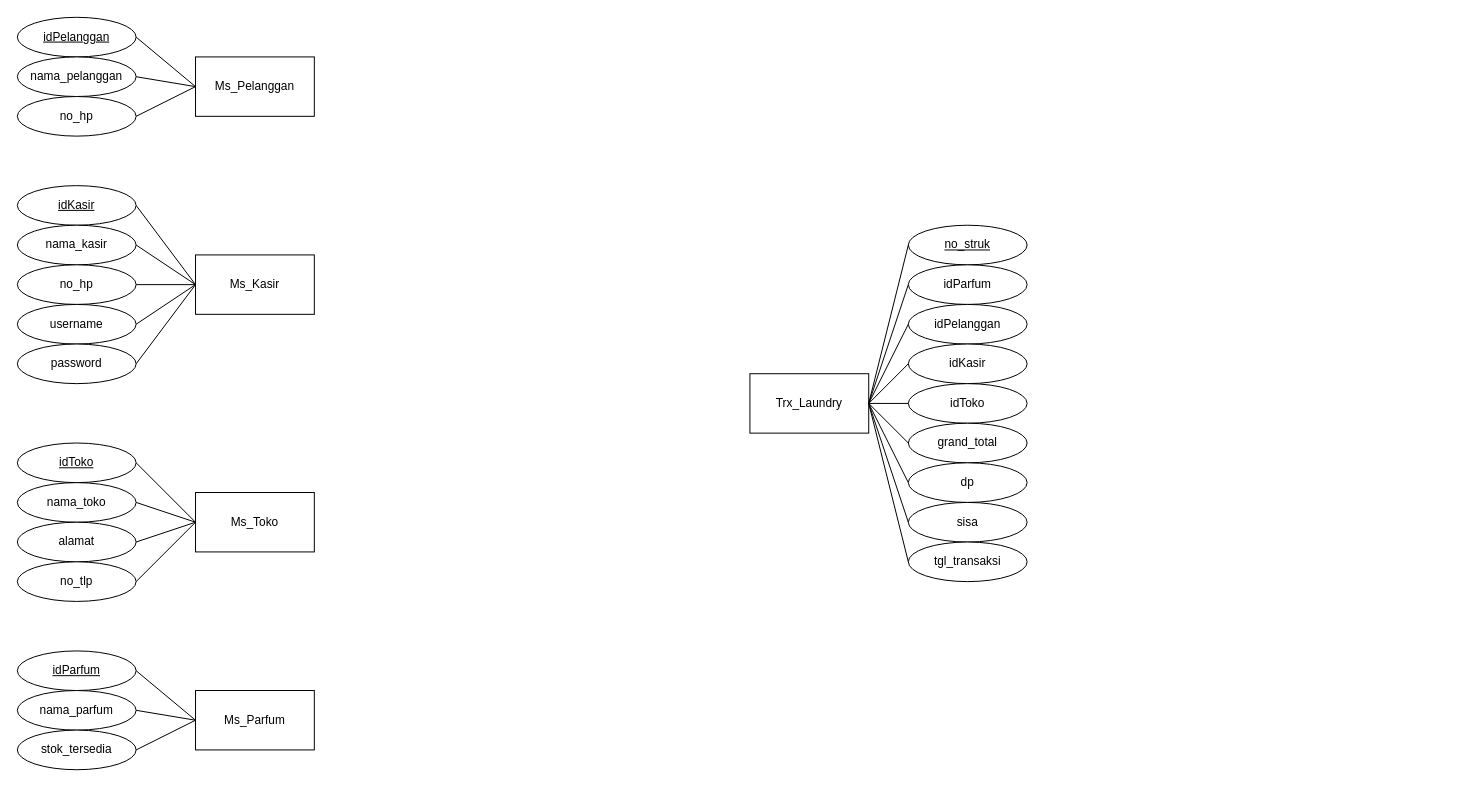
This is ERD-BestLaundry.drawio from xnoname2003/flowchart, a draw.io file, before an edit. Source tidied: cells renumbered, new cells numbered last; positions are measured from the earlier drawing's top-left corner, leaving out a move shared by most shapes. Both pictures are drawn from the tidied source at 99%, with x=0, y=0 at pixel (17, 17).
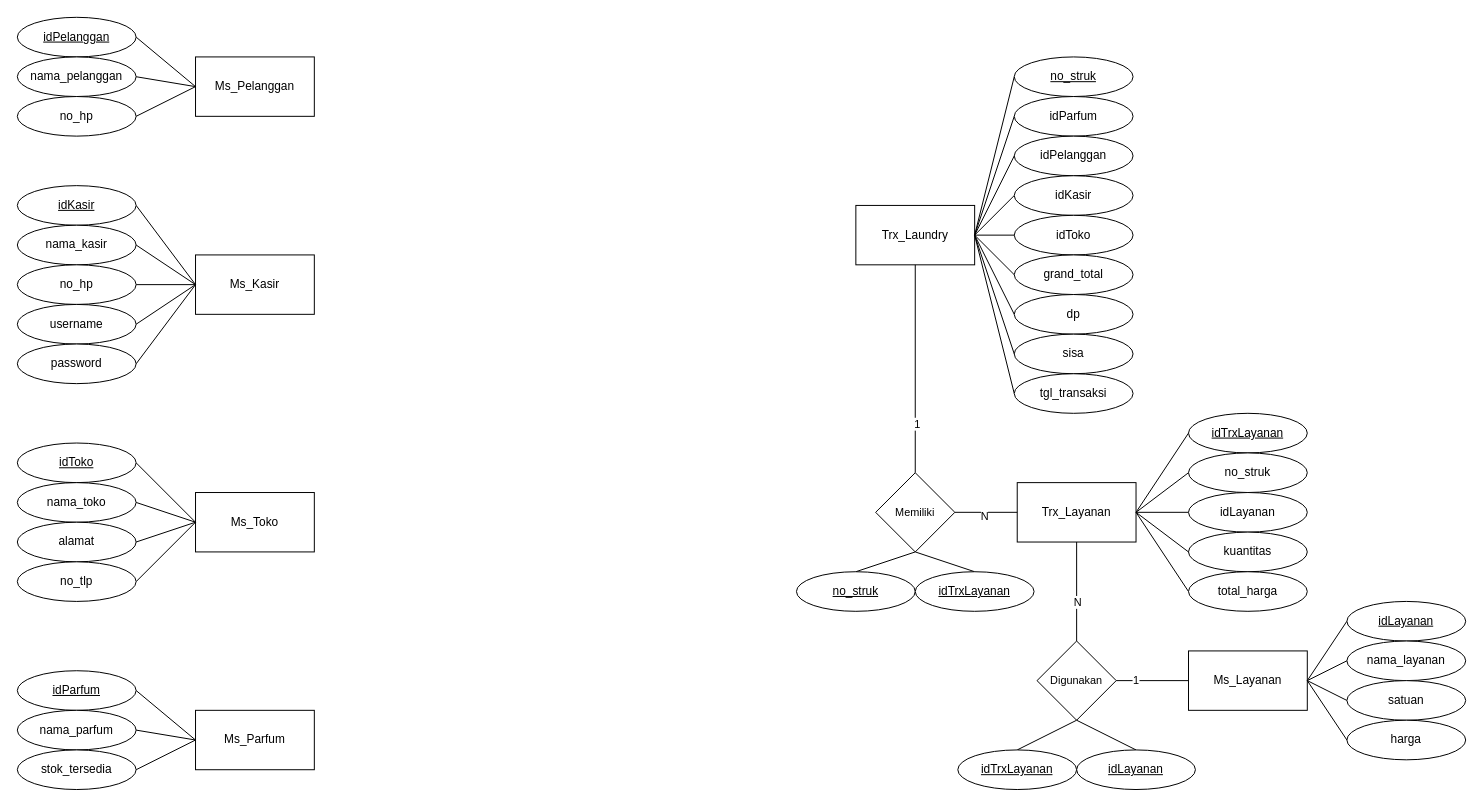
The same diagram, later.

Change to the diagram source:
```diff
@@
     <mxCell id="29" value="Ms_Parfum" style="rounded=0;whiteSpace=wrap;html=1;" parent="1" vertex="1">
-      <mxGeometry x="180" y="680" width="120" height="60" as="geometry" />
+      <mxGeometry x="180" y="700" width="120" height="60" as="geometry" />
     </mxCell>
@@
     <mxCell id="31" value="&lt;u&gt;idParfum&lt;/u&gt;" style="ellipse;whiteSpace=wrap;html=1;" parent="1" vertex="1">
-      <mxGeometry y="640" width="120" height="40" as="geometry" />
+      <mxGeometry y="660" width="120" height="40" as="geometry" />
     </mxCell>
@@
     <mxCell id="33" value="nama_parfum" style="ellipse;whiteSpace=wrap;html=1;" parent="1" vertex="1">
-      <mxGeometry y="680" width="120" height="40" as="geometry" />
+      <mxGeometry y="700" width="120" height="40" as="geometry" />
     </mxCell>
@@
     <mxCell id="35" value="stok_tersedia" style="ellipse;whiteSpace=wrap;html=1;" parent="1" vertex="1">
-      <mxGeometry y="720" width="120" height="40" as="geometry" />
+      <mxGeometry y="740" width="120" height="40" as="geometry" />
     </mxCell>
     <mxCell id="36" value="Trx_Laundry" style="rounded=0;whiteSpace=wrap;html=1;" parent="1" vertex="1">
-      <mxGeometry x="740" y="360" width="120" height="60" as="geometry" />
+      <mxGeometry x="847" y="190" width="120" height="60" as="geometry" />
     </mxCell>
@@
     <mxCell id="38" value="&lt;u&gt;no_struk&lt;/u&gt;" style="ellipse;whiteSpace=wrap;html=1;" parent="1" vertex="1">
-      <mxGeometry x="900" y="210" width="120" height="40" as="geometry" />
+      <mxGeometry x="1007" y="40" width="120" height="40" as="geometry" />
     </mxCell>
     <mxCell id="39" style="edgeStyle=none;shape=connector;rounded=0;jettySize=auto;html=1;exitX=0;exitY=0.5;exitDx=0;exitDy=0;strokeColor=default;align=center;verticalAlign=middle;fontFamily=Helvetica;fontSize=11;fontColor=default;labelBackgroundColor=default;endArrow=none;endFill=0;" parent="1" edge="1" source="40">
       <mxGeometry relative="1" as="geometry">
-        <mxPoint x="860" y="390" as="targetPoint" />
+        <mxPoint x="967" y="220" as="targetPoint" />
       </mxGeometry>
     </mxCell>
     <mxCell id="40" value="idParfum" style="ellipse;whiteSpace=wrap;html=1;" parent="1" vertex="1">
-      <mxGeometry x="900" y="250" width="120" height="40" as="geometry" />
+      <mxGeometry x="1007" y="80" width="120" height="40" as="geometry" />
     </mxCell>
     <mxCell id="41" style="edgeStyle=none;shape=connector;rounded=0;jettySize=auto;html=1;exitX=0;exitY=0.5;exitDx=0;exitDy=0;strokeColor=default;align=center;verticalAlign=middle;fontFamily=Helvetica;fontSize=11;fontColor=default;labelBackgroundColor=default;endArrow=none;endFill=0;" parent="1" edge="1" source="42">
       <mxGeometry relative="1" as="geometry">
-        <mxPoint x="860" y="390" as="targetPoint" />
+        <mxPoint x="967" y="220" as="targetPoint" />
       </mxGeometry>
     </mxCell>
     <mxCell id="42" value="idPelanggan" style="ellipse;whiteSpace=wrap;html=1;" parent="1" vertex="1">
-      <mxGeometry x="900" y="290" width="120" height="40" as="geometry" />
+      <mxGeometry x="1007" y="120" width="120" height="40" as="geometry" />
     </mxCell>
     <mxCell id="43" style="edgeStyle=none;shape=connector;rounded=0;jettySize=auto;html=1;exitX=0;exitY=0.5;exitDx=0;exitDy=0;strokeColor=default;align=center;verticalAlign=middle;fontFamily=Helvetica;fontSize=11;fontColor=default;labelBackgroundColor=default;endArrow=none;endFill=0;" parent="1" edge="1" source="44">
       <mxGeometry relative="1" as="geometry">
-        <mxPoint x="860" y="390" as="targetPoint" />
+        <mxPoint x="967" y="220" as="targetPoint" />
       </mxGeometry>
     </mxCell>
     <mxCell id="44" value="idKasir" style="ellipse;whiteSpace=wrap;html=1;" parent="1" vertex="1">
-      <mxGeometry x="900" y="330" width="120" height="40" as="geometry" />
+      <mxGeometry x="1007" y="160" width="120" height="40" as="geometry" />
     </mxCell>
@@
     <mxCell id="46" value="idToko" style="ellipse;whiteSpace=wrap;html=1;" parent="1" vertex="1">
-      <mxGeometry x="900" y="370" width="120" height="40" as="geometry" />
+      <mxGeometry x="1007" y="200" width="120" height="40" as="geometry" />
     </mxCell>
@@
     <mxCell id="48" value="grand_total" style="ellipse;whiteSpace=wrap;html=1;" parent="1" vertex="1">
-      <mxGeometry x="900" y="410" width="120" height="40" as="geometry" />
+      <mxGeometry x="1007" y="240" width="120" height="40" as="geometry" />
     </mxCell>
     <mxCell id="49" style="edgeStyle=none;shape=connector;rounded=0;jettySize=auto;html=1;exitX=0;exitY=0.5;exitDx=0;exitDy=0;strokeColor=default;align=center;verticalAlign=middle;fontFamily=Helvetica;fontSize=11;fontColor=default;labelBackgroundColor=default;endArrow=none;endFill=0;" parent="1" edge="1" source="50">
       <mxGeometry relative="1" as="geometry">
-        <mxPoint x="860" y="390" as="targetPoint" />
+        <mxPoint x="967" y="220" as="targetPoint" />
       </mxGeometry>
     </mxCell>
     <mxCell id="50" value="dp" style="ellipse;whiteSpace=wrap;html=1;" parent="1" vertex="1">
-      <mxGeometry x="900" y="450" width="120" height="40" as="geometry" />
+      <mxGeometry x="1007" y="280" width="120" height="40" as="geometry" />
     </mxCell>
@@
     <mxCell id="52" value="sisa" style="ellipse;whiteSpace=wrap;html=1;" parent="1" vertex="1">
-      <mxGeometry x="900" y="490" width="120" height="40" as="geometry" />
+      <mxGeometry x="1007" y="320" width="120" height="40" as="geometry" />
     </mxCell>
@@
     <mxCell id="54" value="tgl_transaksi" style="ellipse;whiteSpace=wrap;html=1;" parent="1" vertex="1">
-      <mxGeometry x="900" y="530" width="120" height="40" as="geometry" />
+      <mxGeometry x="1007" y="360" width="120" height="40" as="geometry" />
     </mxCell>
+    <mxCell id="55" value="Trx_Layanan" style="rounded=0;whiteSpace=wrap;html=1;" parent="1" vertex="1">
+      <mxGeometry x="1010" y="470" width="120" height="60" as="geometry" />
+    </mxCell>
+    <mxCell id="56" style="edgeStyle=none;shape=connector;rounded=0;jettySize=auto;html=1;exitX=0;exitY=0.5;exitDx=0;exitDy=0;entryX=1;entryY=0.5;entryDx=0;entryDy=0;strokeColor=default;align=center;verticalAlign=middle;fontFamily=Helvetica;fontSize=11;fontColor=default;labelBackgroundColor=default;endArrow=none;endFill=0;" parent="1" edge="1" source="57" target="55">
+      <mxGeometry relative="1" as="geometry" />
+    </mxCell>
+    <mxCell id="57" value="&lt;u&gt;idTrxLayanan&lt;/u&gt;" style="ellipse;whiteSpace=wrap;html=1;" parent="1" vertex="1">
+      <mxGeometry x="1183" y="400" width="120" height="40" as="geometry" />
+    </mxCell>
+    <mxCell id="58" style="edgeStyle=none;shape=connector;rounded=0;jettySize=auto;html=1;exitX=0;exitY=0.5;exitDx=0;exitDy=0;strokeColor=default;align=center;verticalAlign=middle;fontFamily=Helvetica;fontSize=11;fontColor=default;labelBackgroundColor=default;endArrow=none;endFill=0;entryX=1;entryY=0.5;entryDx=0;entryDy=0;" parent="1" edge="1" source="59" target="55">
+      <mxGeometry relative="1" as="geometry" />
+    </mxCell>
+    <mxCell id="59" value="no_struk" style="ellipse;whiteSpace=wrap;html=1;" parent="1" vertex="1">
+      <mxGeometry x="1183" y="440" width="120" height="40" as="geometry" />
+    </mxCell>
+    <mxCell id="60" style="edgeStyle=none;shape=connector;rounded=0;jettySize=auto;html=1;exitX=0;exitY=0.5;exitDx=0;exitDy=0;entryX=1;entryY=0.5;entryDx=0;entryDy=0;strokeColor=default;align=center;verticalAlign=middle;fontFamily=Helvetica;fontSize=11;fontColor=default;labelBackgroundColor=default;endArrow=none;endFill=0;" parent="1" edge="1" source="61" target="55">
+      <mxGeometry relative="1" as="geometry" />
+    </mxCell>
+    <mxCell id="61" value="idLayanan" style="ellipse;whiteSpace=wrap;html=1;" parent="1" vertex="1">
+      <mxGeometry x="1183" y="480" width="120" height="40" as="geometry" />
+    </mxCell>
+    <mxCell id="62" style="edgeStyle=none;shape=connector;rounded=0;jettySize=auto;html=1;exitX=0;exitY=0.5;exitDx=0;exitDy=0;entryX=1;entryY=0.5;entryDx=0;entryDy=0;strokeColor=default;align=center;verticalAlign=middle;fontFamily=Helvetica;fontSize=11;fontColor=default;labelBackgroundColor=default;endArrow=none;endFill=0;" parent="1" edge="1" source="63" target="55">
+      <mxGeometry relative="1" as="geometry" />
+    </mxCell>
+    <mxCell id="63" value="kuantitas" style="ellipse;whiteSpace=wrap;html=1;" parent="1" vertex="1">
+      <mxGeometry x="1183" y="520" width="120" height="40" as="geometry" />
+    </mxCell>
+    <mxCell id="64" style="edgeStyle=none;shape=connector;rounded=0;jettySize=auto;html=1;exitX=0;exitY=0.5;exitDx=0;exitDy=0;entryX=1;entryY=0.5;entryDx=0;entryDy=0;strokeColor=default;align=center;verticalAlign=middle;fontFamily=Helvetica;fontSize=11;fontColor=default;labelBackgroundColor=default;endArrow=none;endFill=0;" parent="1" edge="1" source="65" target="55">
+      <mxGeometry relative="1" as="geometry" />
+    </mxCell>
+    <mxCell id="65" value="total_harga" style="ellipse;whiteSpace=wrap;html=1;" parent="1" vertex="1">
+      <mxGeometry x="1183" y="560" width="120" height="40" as="geometry" />
+    </mxCell>
+    <mxCell id="66" style="edgeStyle=none;shape=connector;rounded=0;jettySize=auto;html=1;strokeColor=default;align=center;verticalAlign=middle;fontFamily=Helvetica;fontSize=11;fontColor=default;labelBackgroundColor=default;endArrow=none;endFill=0;" parent="1" edge="1" source="68" target="79">
+      <mxGeometry relative="1" as="geometry" />
+    </mxCell>
+    <mxCell id="67" value="1" style="edgeLabel;html=1;align=center;verticalAlign=middle;fontFamily=Helvetica;fontSize=11;fontColor=default;labelBackgroundColor=default;" parent="66" vertex="1">
+      <mxGeometry x="0.49" y="-1" relative="1" as="geometry" />
+    </mxCell>
+    <mxCell id="68" value="Ms_Layanan" style="rounded=0;whiteSpace=wrap;html=1;" parent="1" vertex="1">
+      <mxGeometry x="1183" y="640" width="120" height="60" as="geometry" />
+    </mxCell>
+    <mxCell id="69" style="edgeStyle=none;shape=connector;rounded=0;jettySize=auto;html=1;exitX=0;exitY=0.5;exitDx=0;exitDy=0;entryX=1;entryY=0.5;entryDx=0;entryDy=0;strokeColor=default;align=center;verticalAlign=middle;fontFamily=Helvetica;fontSize=11;fontColor=default;labelBackgroundColor=default;endArrow=none;endFill=0;" parent="1" edge="1" source="70" target="68">
+      <mxGeometry relative="1" as="geometry" />
+    </mxCell>
+    <mxCell id="70" value="&lt;u&gt;idLayanan&lt;/u&gt;" style="ellipse;whiteSpace=wrap;html=1;" parent="1" vertex="1">
+      <mxGeometry x="1343" y="590" width="120" height="40" as="geometry" />
+    </mxCell>
+    <mxCell id="71" style="edgeStyle=none;shape=connector;rounded=0;jettySize=auto;html=1;exitX=0;exitY=0.5;exitDx=0;exitDy=0;entryX=1;entryY=0.5;entryDx=0;entryDy=0;strokeColor=default;align=center;verticalAlign=middle;fontFamily=Helvetica;fontSize=11;fontColor=default;labelBackgroundColor=default;endArrow=none;endFill=0;" parent="1" edge="1" source="72" target="68">
+      <mxGeometry relative="1" as="geometry" />
+    </mxCell>
+    <mxCell id="72" value="nama_layanan" style="ellipse;whiteSpace=wrap;html=1;" parent="1" vertex="1">
+      <mxGeometry x="1343" y="630" width="120" height="40" as="geometry" />
+    </mxCell>
+    <mxCell id="73" style="edgeStyle=none;shape=connector;rounded=0;jettySize=auto;html=1;exitX=0;exitY=0.5;exitDx=0;exitDy=0;entryX=1;entryY=0.5;entryDx=0;entryDy=0;strokeColor=default;align=center;verticalAlign=middle;fontFamily=Helvetica;fontSize=11;fontColor=default;labelBackgroundColor=default;endArrow=none;endFill=0;" parent="1" edge="1" source="74" target="68">
+      <mxGeometry relative="1" as="geometry" />
+    </mxCell>
+    <mxCell id="74" value="satuan" style="ellipse;whiteSpace=wrap;html=1;" parent="1" vertex="1">
+      <mxGeometry x="1343" y="670" width="120" height="40" as="geometry" />
+    </mxCell>
+    <mxCell id="75" style="edgeStyle=none;shape=connector;rounded=0;jettySize=auto;html=1;exitX=0;exitY=0.5;exitDx=0;exitDy=0;entryX=1;entryY=0.5;entryDx=0;entryDy=0;strokeColor=default;align=center;verticalAlign=middle;fontFamily=Helvetica;fontSize=11;fontColor=default;labelBackgroundColor=default;endArrow=none;endFill=0;" parent="1" edge="1" source="76" target="68">
+      <mxGeometry relative="1" as="geometry" />
+    </mxCell>
+    <mxCell id="76" value="harga" style="ellipse;whiteSpace=wrap;html=1;" parent="1" vertex="1">
+      <mxGeometry x="1343" y="710" width="120" height="40" as="geometry" />
+    </mxCell>
+    <mxCell id="77" style="edgeStyle=none;shape=connector;rounded=0;jettySize=auto;html=1;strokeColor=default;align=center;verticalAlign=middle;fontFamily=Helvetica;fontSize=11;fontColor=default;labelBackgroundColor=default;endArrow=none;endFill=0;" parent="1" edge="1" source="79" target="55">
+      <mxGeometry relative="1" as="geometry" />
+    </mxCell>
+    <mxCell id="78" value="N" style="edgeLabel;html=1;align=center;verticalAlign=middle;fontFamily=Helvetica;fontSize=11;fontColor=default;labelBackgroundColor=default;" parent="77" vertex="1">
+      <mxGeometry x="-0.21" relative="1" as="geometry" />
+    </mxCell>
+    <mxCell id="79" value="Digunakan" style="rhombus;whiteSpace=wrap;html=1;fontFamily=Helvetica;fontSize=11;fontColor=default;labelBackgroundColor=default;" parent="1" vertex="1">
+      <mxGeometry x="1030" y="630" width="80" height="80" as="geometry" />
+    </mxCell>
+    <mxCell id="80" style="edgeStyle=none;shape=connector;rounded=0;jettySize=auto;html=1;exitX=0.5;exitY=0;exitDx=0;exitDy=0;entryX=0.5;entryY=1;entryDx=0;entryDy=0;strokeColor=default;align=center;verticalAlign=middle;fontFamily=Helvetica;fontSize=11;fontColor=default;labelBackgroundColor=default;endArrow=none;endFill=0;" parent="1" edge="1" source="81" target="79">
+      <mxGeometry relative="1" as="geometry" />
+    </mxCell>
+    <mxCell id="81" value="&lt;u&gt;idTrxLayanan&lt;/u&gt;" style="ellipse;whiteSpace=wrap;html=1;" parent="1" vertex="1">
+      <mxGeometry x="950" y="740" width="120" height="40" as="geometry" />
+    </mxCell>
+    <mxCell id="82" style="edgeStyle=none;shape=connector;rounded=0;jettySize=auto;html=1;exitX=0.5;exitY=0;exitDx=0;exitDy=0;entryX=0.5;entryY=1;entryDx=0;entryDy=0;strokeColor=default;align=center;verticalAlign=middle;fontFamily=Helvetica;fontSize=11;fontColor=default;labelBackgroundColor=default;endArrow=none;endFill=0;" parent="1" edge="1" source="83" target="79">
+      <mxGeometry relative="1" as="geometry" />
+    </mxCell>
+    <mxCell id="83" value="&lt;u&gt;idLayanan&lt;/u&gt;" style="ellipse;whiteSpace=wrap;html=1;" parent="1" vertex="1">
+      <mxGeometry x="1070" y="740" width="120" height="40" as="geometry" />
+    </mxCell>
+    <mxCell id="84" style="edgeStyle=none;shape=connector;rounded=0;jettySize=auto;html=1;exitX=0.5;exitY=0;exitDx=0;exitDy=0;entryX=0.5;entryY=1;entryDx=0;entryDy=0;strokeColor=default;align=center;verticalAlign=middle;fontFamily=Helvetica;fontSize=11;fontColor=default;labelBackgroundColor=default;endArrow=none;endFill=0;" parent="1" edge="1" source="88" target="36">
+      <mxGeometry relative="1" as="geometry" />
+    </mxCell>
+    <mxCell id="85" value="1" style="edgeLabel;html=1;align=center;verticalAlign=middle;fontFamily=Helvetica;fontSize=11;fontColor=default;labelBackgroundColor=default;" parent="84" vertex="1">
+      <mxGeometry x="-0.52" y="-1" relative="1" as="geometry" />
+    </mxCell>
+    <mxCell id="86" style="edgeStyle=none;shape=connector;rounded=0;jettySize=auto;html=1;strokeColor=default;align=center;verticalAlign=middle;fontFamily=Helvetica;fontSize=11;fontColor=default;labelBackgroundColor=default;endArrow=none;endFill=0;" parent="1" edge="1" source="88" target="55">
+      <mxGeometry relative="1" as="geometry" />
+    </mxCell>
+    <mxCell id="87" value="N" style="edgeLabel;html=1;align=center;verticalAlign=middle;fontFamily=Helvetica;fontSize=11;fontColor=default;labelBackgroundColor=default;" parent="86" vertex="1">
+      <mxGeometry x="-0.12" y="-3" relative="1" as="geometry">
+        <mxPoint x="1" as="offset" />
+      </mxGeometry>
+    </mxCell>
+    <mxCell id="88" value="Memiliki" style="rhombus;whiteSpace=wrap;html=1;fontFamily=Helvetica;fontSize=11;fontColor=default;labelBackgroundColor=default;" parent="1" vertex="1">
+      <mxGeometry x="867" y="460" width="80" height="80" as="geometry" />
+    </mxCell>
+    <mxCell id="89" style="edgeStyle=none;shape=connector;rounded=0;jettySize=auto;html=1;exitX=0.5;exitY=0;exitDx=0;exitDy=0;entryX=0.5;entryY=1;entryDx=0;entryDy=0;strokeColor=default;align=center;verticalAlign=middle;fontFamily=Helvetica;fontSize=11;fontColor=default;labelBackgroundColor=default;endArrow=none;endFill=0;" parent="1" edge="1" source="90" target="88">
+      <mxGeometry relative="1" as="geometry" />
+    </mxCell>
+    <mxCell id="90" value="&lt;u&gt;no_struk&lt;/u&gt;" style="ellipse;whiteSpace=wrap;html=1;" parent="1" vertex="1">
+      <mxGeometry x="787" y="560" width="120" height="40" as="geometry" />
+    </mxCell>
+    <mxCell id="91" style="edgeStyle=none;shape=connector;rounded=0;jettySize=auto;html=1;exitX=0.5;exitY=0;exitDx=0;exitDy=0;entryX=0.5;entryY=1;entryDx=0;entryDy=0;strokeColor=default;align=center;verticalAlign=middle;fontFamily=Helvetica;fontSize=11;fontColor=default;labelBackgroundColor=default;endArrow=none;endFill=0;" parent="1" edge="1" source="92" target="88">
+      <mxGeometry relative="1" as="geometry" />
+    </mxCell>
+    <mxCell id="92" value="&lt;u&gt;idTrxLayanan&lt;/u&gt;" style="ellipse;whiteSpace=wrap;html=1;" parent="1" vertex="1">
+      <mxGeometry x="907" y="560" width="120" height="40" as="geometry" />
+    </mxCell>
```
